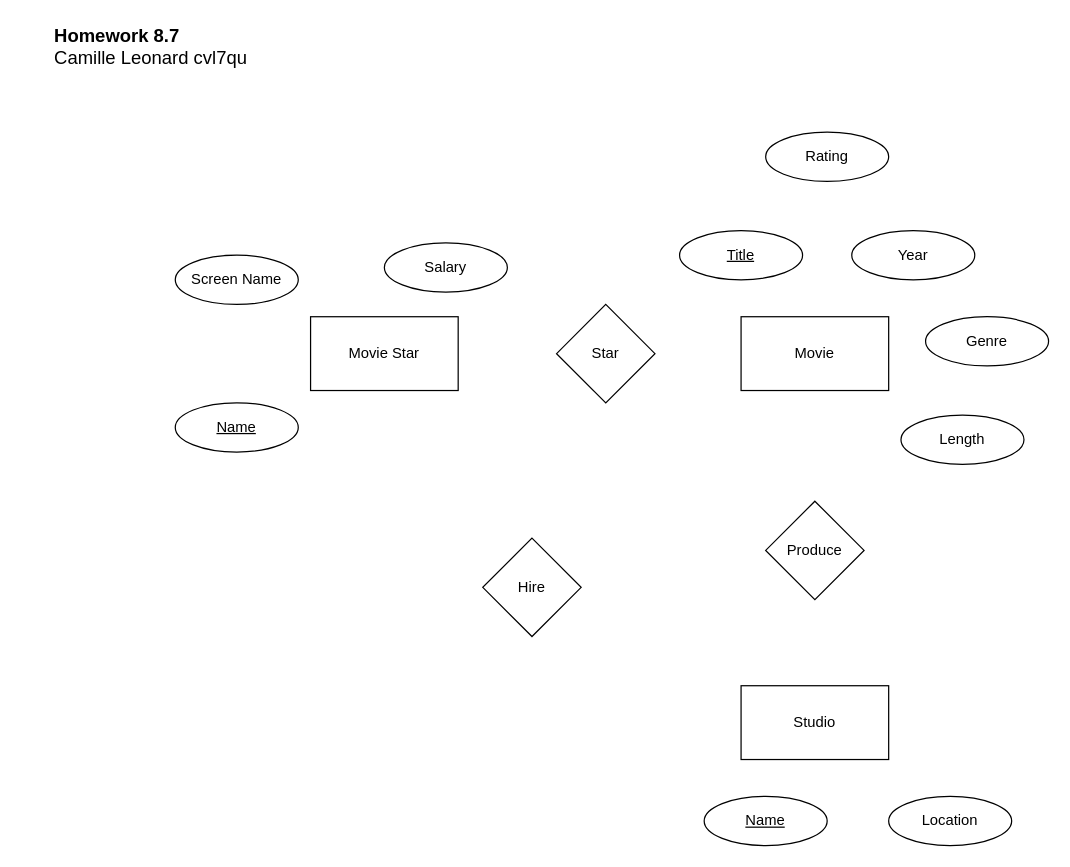
camillevleonard/CS_5012_Mod_8_MOE keeps this draw.io diagram as HW 8.7 ER Diagrams.drawio. Above is the earlier version. Source tidied: cells renumbered, new cells numbered last; positions are measured from the earlier drawing's top-left corner, leaving out a move shared by most shapes. Both pictures are drawn from the tidied source at 123%, with x=0, y=0 at pixel (52, 21).
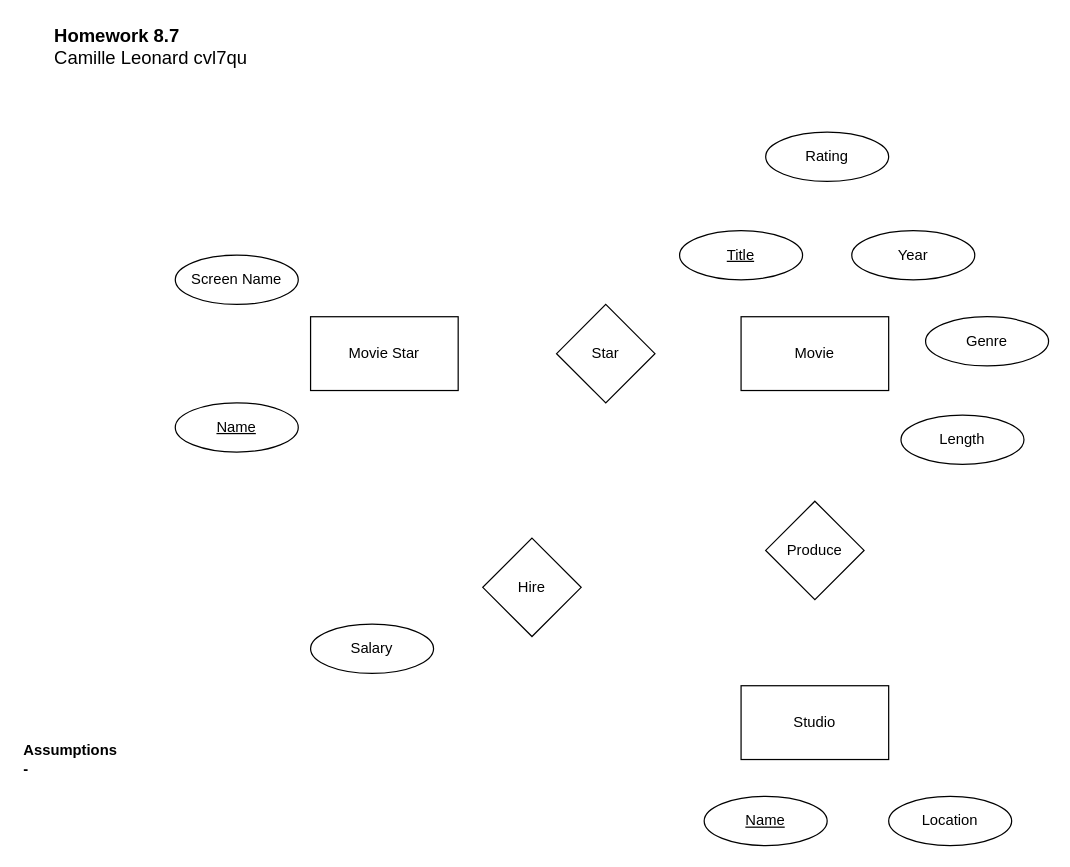
The same diagram, later.

Diff of the diagram source:
```diff
@@
 <mxGraphModel>
   <root>
     <mxCell id="0" />
     <mxCell id="1" parent="0" />
     <mxCell id="2" value="&lt;font style=&quot;font-size: 15px&quot;&gt;&lt;b&gt;Homework 8.7&lt;/b&gt;&lt;br&gt;Camille Leonard cvl7qu&lt;br&gt;&lt;/font&gt;" style="text;html=1;align=left;verticalAlign=middle;" parent="1" vertex="1">
       <mxGeometry width="170" height="40" as="geometry" />
     </mxCell>
     <mxCell id="3" value="Movie Star" style="rounded=0;whiteSpace=wrap;html=1;" parent="1" vertex="1">
       <mxGeometry x="210" y="240" width="120" height="60" as="geometry" />
     </mxCell>
     <mxCell id="4" value="Name" style="ellipse;whiteSpace=wrap;html=1;align=center;fontStyle=4;" parent="1" vertex="1">
       <mxGeometry x="100" y="310" width="100" height="40" as="geometry" />
     </mxCell>
     <mxCell id="5" value="Screen Name" style="ellipse;whiteSpace=wrap;html=1;align=center;" parent="1" vertex="1">
       <mxGeometry x="100" y="190" width="100" height="40" as="geometry" />
     </mxCell>
     <mxCell id="6" value="Movie" style="rounded=0;whiteSpace=wrap;html=1;" parent="1" vertex="1">
       <mxGeometry x="560" y="240" width="120" height="60" as="geometry" />
     </mxCell>
     <mxCell id="7" value="Star" style="rhombus;whiteSpace=wrap;html=1;" parent="1" vertex="1">
       <mxGeometry x="410" y="230" width="80" height="80" as="geometry" />
     </mxCell>
     <mxCell id="8" value="Title" style="ellipse;whiteSpace=wrap;html=1;align=center;fontStyle=4;" parent="1" vertex="1">
       <mxGeometry x="510" y="170" width="100" height="40" as="geometry" />
     </mxCell>
     <mxCell id="9" value="Rating" style="ellipse;whiteSpace=wrap;html=1;align=center;" parent="1" vertex="1">
       <mxGeometry x="580" y="90" width="100" height="40" as="geometry" />
     </mxCell>
     <mxCell id="10" value="Length" style="ellipse;whiteSpace=wrap;html=1;align=center;" parent="1" vertex="1">
       <mxGeometry x="690" y="320" width="100" height="40" as="geometry" />
     </mxCell>
     <mxCell id="11" value="Genre" style="ellipse;whiteSpace=wrap;html=1;align=center;" parent="1" vertex="1">
       <mxGeometry x="710" y="240" width="100" height="40" as="geometry" />
     </mxCell>
     <mxCell id="12" value="Year" style="ellipse;whiteSpace=wrap;html=1;align=center;" parent="1" vertex="1">
       <mxGeometry x="650" y="170" width="100" height="40" as="geometry" />
     </mxCell>
     <mxCell id="13" value="Produce" style="rhombus;whiteSpace=wrap;html=1;" parent="1" vertex="1">
       <mxGeometry x="580" y="390" width="80" height="80" as="geometry" />
     </mxCell>
     <mxCell id="14" value="Studio" style="rounded=0;whiteSpace=wrap;html=1;" parent="1" vertex="1">
       <mxGeometry x="560" y="540" width="120" height="60" as="geometry" />
     </mxCell>
     <mxCell id="15" value="Location" style="ellipse;whiteSpace=wrap;html=1;align=center;" parent="1" vertex="1">
       <mxGeometry x="680" y="630" width="100" height="40" as="geometry" />
     </mxCell>
     <mxCell id="16" value="Name" style="ellipse;whiteSpace=wrap;html=1;align=center;fontStyle=4;" parent="1" vertex="1">
       <mxGeometry x="530" y="630" width="100" height="40" as="geometry" />
     </mxCell>
     <mxCell id="17" value="Hire" style="rhombus;whiteSpace=wrap;html=1;" parent="1" vertex="1">
       <mxGeometry x="350" y="420" width="80" height="80" as="geometry" />
     </mxCell>
     <mxCell id="18" value="Salary" style="ellipse;whiteSpace=wrap;html=1;align=center;" parent="1" vertex="1">
-      <mxGeometry x="270" y="180" width="100" height="40" as="geometry" />
+      <mxGeometry x="210" y="490" width="100" height="40" as="geometry" />
     </mxCell>
+    <mxCell id="19" value="&lt;b&gt;Assumptions&lt;br&gt;-&amp;nbsp;&lt;br&gt;&lt;/b&gt;" style="text;html=1;align=left;verticalAlign=middle;" parent="1" vertex="1">
+      <mxGeometry x="-25" y="585" width="90" height="30" as="geometry" />
+    </mxCell>
   </root>
 </mxGraphModel>
```
